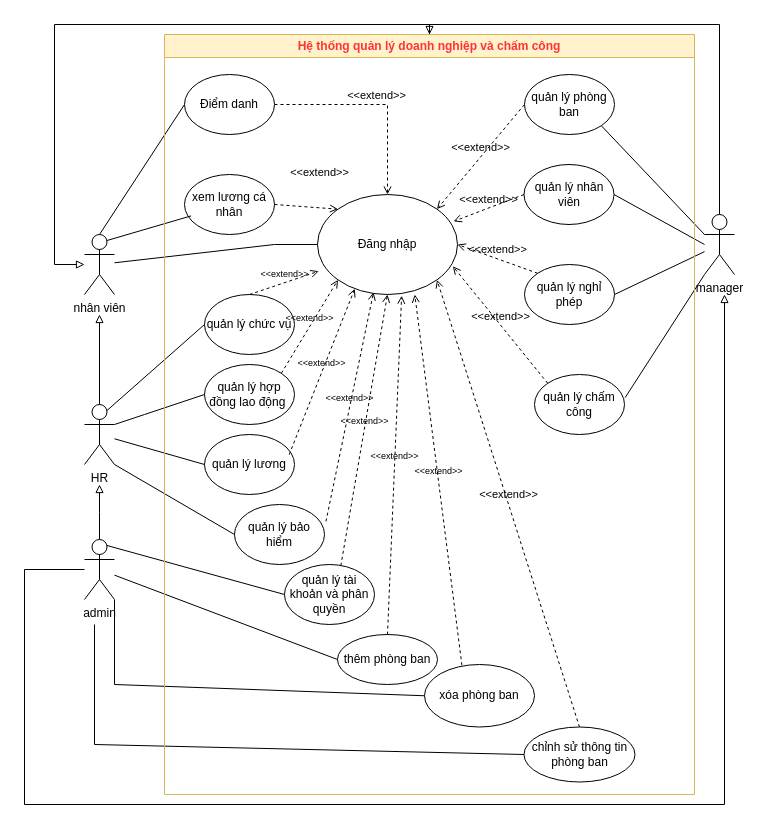
Above: SoDoTongQuat.drawio in hoangda24312/Group4-DesigningSystem (draw.io), before the change. Source tidied: cells renumbered, new cells numbered last; positions are measured from the earlier drawing's top-left corner, leaving out a move shared by most shapes. Both pictures are drawn from the tidied source at 100%, with x=0, y=0 at pixel (24, 24).
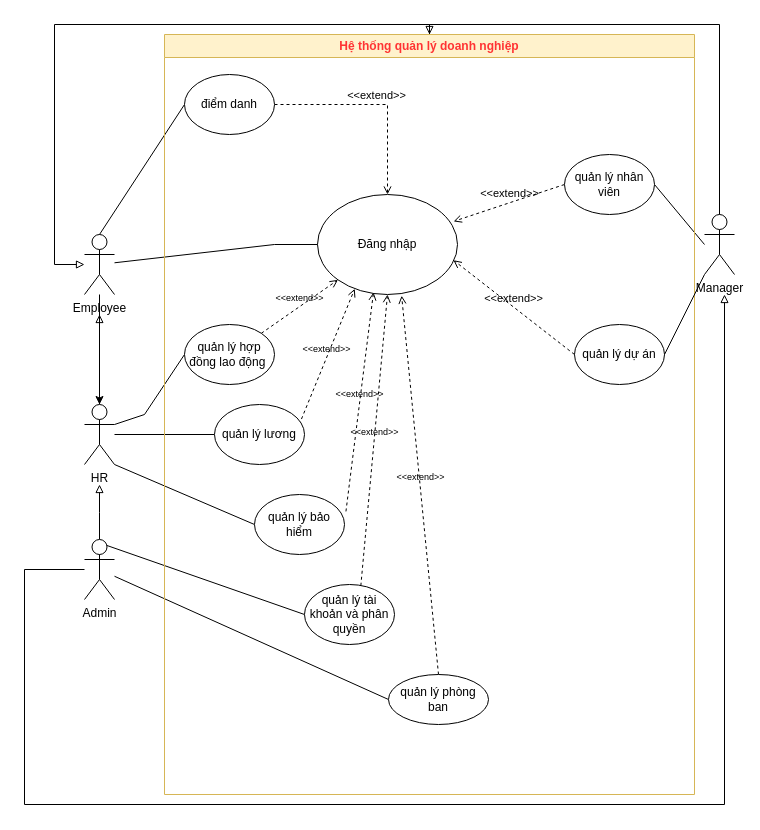
Above is the later version.

The change refers to these unchanged cells:
```xml
<mxCell id="11" value="HR" style="shape=umlActor;verticalLabelPosition=bottom;verticalAlign=top;html=1;outlineConnect=0;" parent="1" vertex="1">
  <mxGeometry x="60" y="380" width="30" height="60" as="geometry" />
</mxCell>
<mxCell id="19" value="Đăng nhập" style="ellipse;whiteSpace=wrap;html=1;" parent="1" vertex="1">
  <mxGeometry x="293" y="170" width="140" height="100" as="geometry" />
</mxCell>
```

What changed in the source:
```diff
@@
-    <mxCell id="4" value="admin" style="shape=umlActor;verticalLabelPosition=bottom;verticalAlign=top;html=1;outlineConnect=0;" parent="1" vertex="1">
+    <mxCell id="4" value="Admin" style="shape=umlActor;verticalLabelPosition=bottom;verticalAlign=top;html=1;outlineConnect=0;" parent="1" vertex="1">
       <mxGeometry x="60" y="515" width="30" height="60" as="geometry" />
     </mxCell>
+    <mxCell id="56" style="edgeStyle=orthogonalEdgeStyle;rounded=0;jettySize=auto;html=1;" parent="1" edge="1" source="5" target="11">
+      <mxGeometry relative="1" as="geometry" />
+    </mxCell>
-    <mxCell id="5" value="nhân viên" style="shape=umlActor;verticalLabelPosition=bottom;verticalAlign=top;html=1;outlineConnect=0;" parent="1" vertex="1">
+    <mxCell id="5" value="Employee" style="shape=umlActor;verticalLabelPosition=bottom;verticalAlign=top;html=1;outlineConnect=0;" parent="1" vertex="1">
       <mxGeometry x="60" y="210" width="30" height="60" as="geometry" />
     </mxCell>
-    <mxCell id="6" value="manager" style="shape=umlActor;verticalLabelPosition=bottom;verticalAlign=top;html=1;outlineConnect=0;" parent="1" vertex="1">
+    <mxCell id="6" value="Manager" style="shape=umlActor;verticalLabelPosition=bottom;verticalAlign=top;html=1;outlineConnect=0;" parent="1" vertex="1">
       <mxGeometry x="680" y="190" width="30" height="60" as="geometry" />
     </mxCell>
-    <mxCell id="7" value="quản lý lương" style="ellipse;whiteSpace=wrap;html=1;" parent="1" vertex="1">
-      <mxGeometry x="180" y="410" width="90" height="60" as="geometry" />
-    </mxCell>
-    <mxCell id="8" value="quản lý nghỉ phép" style="ellipse;whiteSpace=wrap;html=1;" parent="1" vertex="1">
-      <mxGeometry x="500" y="240" width="90" height="60" as="geometry" />
-    </mxCell>
-    <mxCell id="9" value="quản lý nhân viên" style="ellipse;whiteSpace=wrap;html=1;" parent="1" vertex="1">
-      <mxGeometry x="499.5" y="140" width="90" height="60" as="geometry" />
-    </mxCell>
@@
-    <mxCell id="12" value="quản lý chấm công" style="ellipse;whiteSpace=wrap;html=1;" parent="1" vertex="1">
-      <mxGeometry x="510" y="350" width="90" height="60" as="geometry" />
-    </mxCell>
-    <mxCell id="13" value="quản lý tài khoản và phân quyền" style="ellipse;whiteSpace=wrap;html=1;" parent="1" vertex="1">
-      <mxGeometry x="260" y="540" width="90" height="60" as="geometry" />
-    </mxCell>
-    <mxCell id="14" value="quản lý chức vụ" style="ellipse;whiteSpace=wrap;html=1;" parent="1" vertex="1">
-      <mxGeometry x="180" y="270" width="90" height="60" as="geometry" />
-    </mxCell>
-    <mxCell id="15" value="quản lý hợp đồng lao động&amp;nbsp;" style="ellipse;whiteSpace=wrap;html=1;" parent="1" vertex="1">
-      <mxGeometry x="180" y="340" width="90" height="60" as="geometry" />
-    </mxCell>
-    <mxCell id="16" value="xem lương cá nhân" style="ellipse;whiteSpace=wrap;html=1;" parent="1" vertex="1">
-      <mxGeometry x="160" y="150" width="90" height="60" as="geometry" />
-    </mxCell>
-    <mxCell id="17" value="xóa phòng ban" style="ellipse;whiteSpace=wrap;html=1;" parent="1" vertex="1">
-      <mxGeometry x="400" y="640" width="110" height="62.5" as="geometry" />
-    </mxCell>
-    <mxCell id="18" value="chỉnh sử thông tin phòng ban" style="ellipse;whiteSpace=wrap;html=1;" parent="1" vertex="1">
-      <mxGeometry x="499.5" y="702.5" width="111" height="55" as="geometry" />
-    </mxCell>
@@
-    <mxCell id="23" style="endArrow=none;html=1;rounded=0;exitX=0.75;exitY=0.1;exitDx=0;exitDy=0;exitPerimeter=0;entryX=0.073;entryY=0.69;entryDx=0;entryDy=0;entryPerimeter=0;" parent="1" edge="1" source="5" target="16">
-      <mxGeometry relative="1" as="geometry" />
-    </mxCell>
@@
-    <mxCell id="25" value="&amp;lt;&amp;lt;extend&amp;gt;&amp;gt;" style="html=1;verticalAlign=bottom;labelBackgroundColor=none;endArrow=open;endFill=0;dashed=1;rounded=0;exitX=1;exitY=0.5;exitDx=0;exitDy=0;entryX=0;entryY=0;entryDx=0;entryDy=0;" parent="1" edge="1" source="16" target="19">
-      <mxGeometry x="0.33" y="26" relative="1" as="geometry">
-        <mxPoint x="1" as="offset" />
-      </mxGeometry>
-    </mxCell>
-    <mxCell id="26" style="endArrow=none;html=1;rounded=0;exitX=0.75;exitY=0.1;exitDx=0;exitDy=0;exitPerimeter=0;entryX=0;entryY=0.5;entryDx=0;entryDy=0;" parent="1" edge="1" source="11" target="14">
-      <mxGeometry relative="1" as="geometry" />
-    </mxCell>
@@
-    <mxCell id="28" value="quản lý bảo hiểm" style="ellipse;whiteSpace=wrap;html=1;" parent="1" vertex="1">
-      <mxGeometry x="210" y="480" width="90" height="60" as="geometry" />
-    </mxCell>
-    <mxCell id="29" value="&lt;font style=&quot;font-size: 9px;&quot;&gt;&amp;lt;&amp;lt;extend&amp;gt;&amp;gt;&lt;/font&gt;" style="html=1;verticalAlign=bottom;labelBackgroundColor=none;endArrow=open;endFill=0;dashed=1;rounded=0;exitX=0.5;exitY=0;exitDx=0;exitDy=0;entryX=0.009;entryY=0.767;entryDx=0;entryDy=0;entryPerimeter=0;" parent="1" edge="1" source="14" target="19">
-      <mxGeometry relative="1" as="geometry" />
-    </mxCell>
@@
-    <mxCell id="34" value="&lt;font style=&quot;font-size: 9px;&quot;&gt;&amp;lt;&amp;lt;extend&amp;gt;&amp;gt;&lt;/font&gt;" style="html=1;verticalAlign=bottom;labelBackgroundColor=none;endArrow=open;endFill=0;dashed=1;rounded=0;exitX=0.34;exitY=0.011;exitDx=0;exitDy=0;exitPerimeter=0;entryX=0.695;entryY=1;entryDx=0;entryDy=0;entryPerimeter=0;" parent="1" edge="1" source="17" target="19">
-      <mxGeometry relative="1" as="geometry" />
-    </mxCell>
-    <mxCell id="35" value="&amp;lt;&amp;lt;extend&amp;gt;&amp;gt;" style="html=1;verticalAlign=bottom;labelBackgroundColor=none;endArrow=open;endFill=0;dashed=1;rounded=0;exitX=0.5;exitY=0;exitDx=0;exitDy=0;entryX=1;entryY=1;entryDx=0;entryDy=0;" parent="1" edge="1" source="18" target="19">
-      <mxGeometry relative="1" as="geometry" />
-    </mxCell>
-    <mxCell id="36" value="&amp;lt;&amp;lt;extend&amp;gt;&amp;gt;" style="html=1;verticalAlign=bottom;labelBackgroundColor=none;endArrow=open;endFill=0;dashed=1;rounded=0;exitX=0;exitY=0.5;exitDx=0;exitDy=0;entryX=1;entryY=0;entryDx=0;entryDy=0;" parent="1" edge="1" source="53" target="19">
-      <mxGeometry relative="1" as="geometry" />
-    </mxCell>
@@
-    <mxCell id="38" value="&amp;lt;&amp;lt;extend&amp;gt;&amp;gt;" style="html=1;verticalAlign=bottom;labelBackgroundColor=none;endArrow=open;endFill=0;dashed=1;rounded=0;exitX=0;exitY=0;exitDx=0;exitDy=0;entryX=1;entryY=0.5;entryDx=0;entryDy=0;" parent="1" edge="1" source="8" target="19">
-      <mxGeometry relative="1" as="geometry" />
-    </mxCell>
-    <mxCell id="39" value="&amp;lt;&amp;lt;extend&amp;gt;&amp;gt;" style="html=1;verticalAlign=bottom;labelBackgroundColor=none;endArrow=open;endFill=0;dashed=1;rounded=0;exitX=0;exitY=0;exitDx=0;exitDy=0;entryX=0.967;entryY=0.718;entryDx=0;entryDy=0;entryPerimeter=0;" parent="1" edge="1" source="12" target="19">
-      <mxGeometry relative="1" as="geometry" />
-    </mxCell>
@@
-    <mxCell id="41" style="endArrow=none;html=1;rounded=0;exitX=1;exitY=0.5;exitDx=0;exitDy=0;" parent="1" edge="1" source="8" target="6">
-      <mxGeometry relative="1" as="geometry" />
-    </mxCell>
-    <mxCell id="42" style="endArrow=none;html=1;rounded=0;exitX=0;exitY=0.3333333333333333;exitDx=0;exitDy=0;entryX=1;entryY=1;entryDx=0;entryDy=0;exitPerimeter=0;" parent="1" edge="1" source="6" target="53">
-      <mxGeometry relative="1" as="geometry" />
-    </mxCell>
@@
-    <mxCell id="44" style="endArrow=none;html=1;rounded=0;exitX=1.007;exitY=0.386;exitDx=0;exitDy=0;exitPerimeter=0;entryX=0;entryY=1;entryDx=0;entryDy=0;entryPerimeter=0;" parent="1" edge="1" source="12" target="6">
-      <mxGeometry relative="1" as="geometry" />
-    </mxCell>
@@
-    <mxCell id="48" style="endArrow=none;html=1;rounded=0;exitX=1;exitY=1;exitDx=0;exitDy=0;exitPerimeter=0;entryX=0;entryY=0.5;entryDx=0;entryDy=0;" parent="1" edge="1" source="4" target="17">
-      <mxGeometry relative="1" as="geometry">
-        <Array as="points">
-          <mxPoint x="90" y="660" />
-        </Array>
-      </mxGeometry>
-    </mxCell>
@@
-    <mxCell id="50" style="endArrow=none;html=1;rounded=0;entryX=0;entryY=0.5;entryDx=0;entryDy=0;" parent="1" edge="1" target="18">
-      <mxGeometry relative="1" as="geometry">
-        <mxPoint x="70" y="600" as="sourcePoint" />
-        <Array as="points">
-          <mxPoint x="70" y="720" />
-        </Array>
-      </mxGeometry>
-    </mxCell>
@@
-    <mxCell id="52" value="&lt;font style=&quot;color: rgb(255, 51, 51);&quot;&gt;Hệ thống quản lý doanh nghiệp và chấm công&lt;/font&gt;" style="swimlane;whiteSpace=wrap;html=1;fillColor=#fff2cc;strokeColor=#d6b656;gradientColor=none;" parent="1" vertex="1">
+    <mxCell id="52" value="&lt;font style=&quot;color: rgb(255, 51, 51);&quot;&gt;Hệ thống quản lý doanh nghiệp&lt;/font&gt;" style="swimlane;whiteSpace=wrap;html=1;fillColor=#fff2cc;strokeColor=#d6b656;gradientColor=none;" parent="1" vertex="1">
       <mxGeometry x="140" y="10" width="530" height="760" as="geometry" />
     </mxCell>
-    <mxCell id="53" value="quản lý phòng ban" style="ellipse;whiteSpace=wrap;html=1;" parent="52" vertex="1">
-      <mxGeometry x="360" y="40" width="90" height="60" as="geometry" />
-    </mxCell>
-    <mxCell id="54" value="Điểm danh" style="ellipse;whiteSpace=wrap;html=1;" parent="52" vertex="1">
+    <mxCell id="54" value="điểm danh" style="ellipse;whiteSpace=wrap;html=1;" parent="52" vertex="1">
       <mxGeometry x="20" y="40" width="90" height="60" as="geometry" />
     </mxCell>
-    <mxCell id="55" value="thêm phòng ban" style="ellipse;whiteSpace=wrap;html=1;" parent="52" vertex="1">
-      <mxGeometry x="173" y="600" width="100" height="50" as="geometry" />
+    <mxCell id="55" value="quản lý phòng ban" style="ellipse;whiteSpace=wrap;html=1;" parent="52" vertex="1">
+      <mxGeometry x="224" y="640" width="100" height="50" as="geometry" />
     </mxCell>
+    <mxCell id="9" value="quản lý nhân viên" style="ellipse;whiteSpace=wrap;html=1;" parent="52" vertex="1">
+      <mxGeometry x="400" y="120" width="90" height="60" as="geometry" />
+    </mxCell>
+    <mxCell id="15" value="quản lý hợp đồng lao động&amp;nbsp;" style="ellipse;whiteSpace=wrap;html=1;" parent="52" vertex="1">
+      <mxGeometry x="20" y="290" width="90" height="60" as="geometry" />
+    </mxCell>
+    <mxCell id="7" value="quản lý lương" style="ellipse;whiteSpace=wrap;html=1;" parent="52" vertex="1">
+      <mxGeometry x="50" y="370" width="90" height="60" as="geometry" />
+    </mxCell>
+    <mxCell id="28" value="quản lý bảo hiểm" style="ellipse;whiteSpace=wrap;html=1;" parent="52" vertex="1">
+      <mxGeometry x="90" y="460" width="90" height="60" as="geometry" />
+    </mxCell>
+    <mxCell id="13" value="quản lý tài khoản và phân quyền" style="ellipse;whiteSpace=wrap;html=1;" parent="52" vertex="1">
+      <mxGeometry x="140" y="550" width="90" height="60" as="geometry" />
+    </mxCell>
+    <mxCell id="57" value="quản lý dự án" style="ellipse;whiteSpace=wrap;html=1;" parent="52" vertex="1">
+      <mxGeometry x="410" y="290" width="90" height="60" as="geometry" />
+    </mxCell>
+    <mxCell id="58" style="endArrow=none;html=1;rounded=0;exitX=0;exitY=1;exitDx=0;exitDy=0;entryX=1;entryY=0.5;entryDx=0;entryDy=0;exitPerimeter=0;" parent="1" edge="1" source="6" target="57">
+      <mxGeometry relative="1" as="geometry" />
+    </mxCell>
+    <mxCell id="59" value="&amp;lt;&amp;lt;extend&amp;gt;&amp;gt;" style="html=1;verticalAlign=bottom;labelBackgroundColor=none;endArrow=open;endFill=0;dashed=1;rounded=0;exitX=0;exitY=0.5;exitDx=0;exitDy=0;entryX=0.971;entryY=0.657;entryDx=0;entryDy=0;entryPerimeter=0;" parent="1" edge="1" source="57" target="19">
+      <mxGeometry relative="1" as="geometry" />
+    </mxCell>
```
